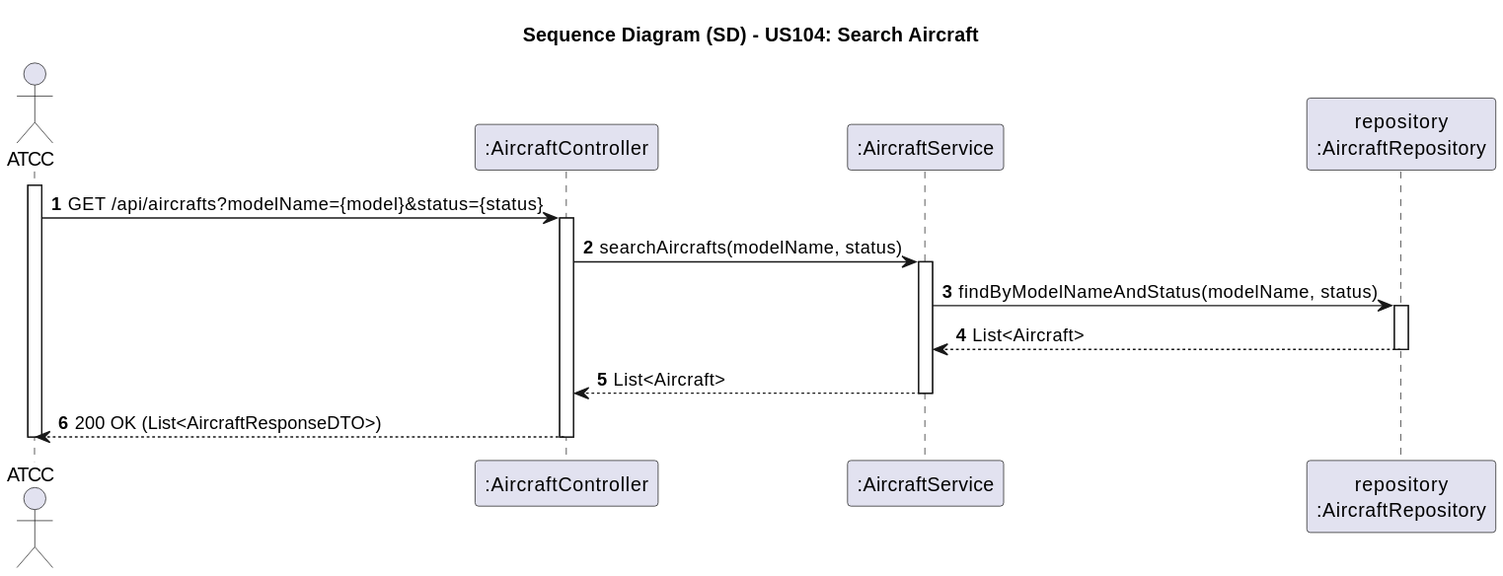
Andre-1240567/psoft2026_2DB_1240567_1241013_1240624 keeps this PlantUML diagram as docs/use-cases/WP#1A/US104/svg/US104-SD.svg. Above is the earlier version.
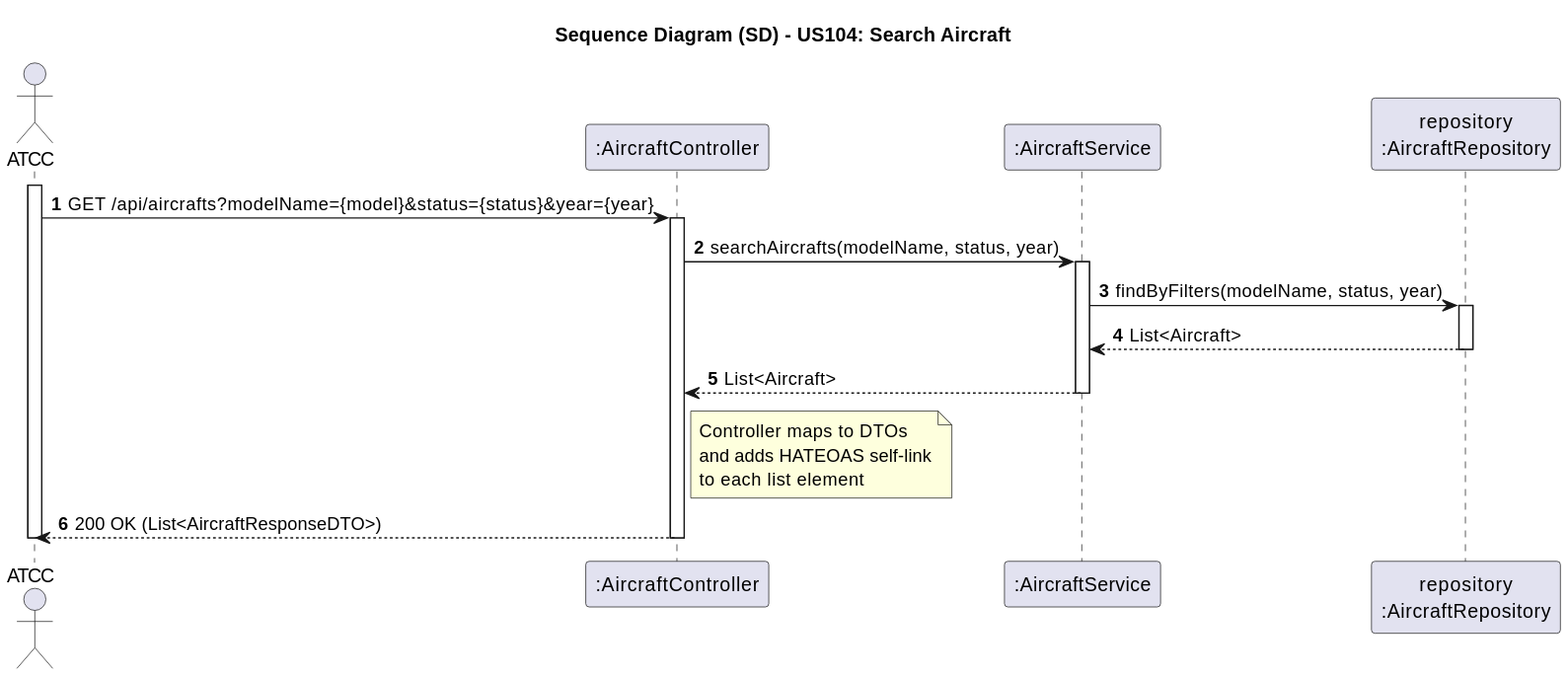
Later version of the same file.

Change to the diagram source:
```diff
@@ -8,13 +8,13 @@
 participant "repository\n:AircraftRepository" as Repo
 
 activate ATCC
-ATCC -> Ctrl: GET /api/aircrafts?modelName={model}&status={status}
+ATCC -> Ctrl: GET /api/aircrafts?modelName={model}&status={status}&year={year}
 activate Ctrl
 
-Ctrl -> Service: searchAircrafts(modelName, status)
+Ctrl -> Service: searchAircrafts(modelName, status, year)
 activate Service
 
-Service -> Repo: findByModelNameAndStatus(modelName, status)
+Service -> Repo: findByFilters(modelName, status, year)
 activate Repo
 Repo --> Service: List<Aircraft>
 deactivate Repo
@@ -22,6 +22,8 @@
 Service --> Ctrl: List<Aircraft>
 deactivate Service
 
+note right of Ctrl: Controller maps to DTOs\nand adds HATEOAS self-link\nto each list element
+
 Ctrl --> ATCC: 200 OK (List<AircraftResponseDTO>)
 deactivate Ctrl
 deactivate ATCC
```
